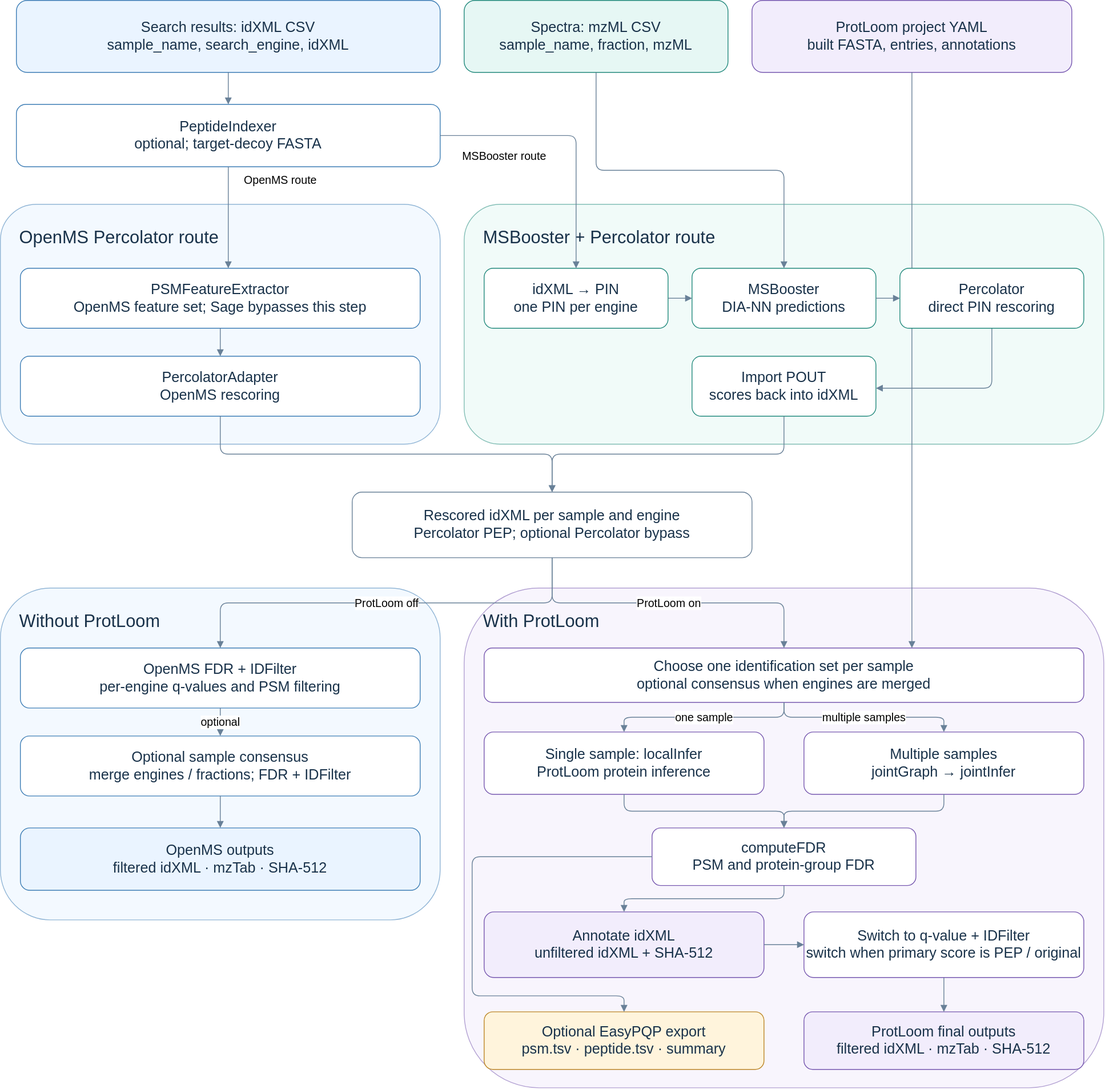
TheBoutrosLab/pipeline-validate-ProteomicPSM keeps this draw.io diagram as img/flow-diagram.drawio.svg. Above is the earlier version. Source tidied: cells renumbered, new cells last; positions are measured from the earlier drawing's top-left corner, leaving out a move shared by most shapes.
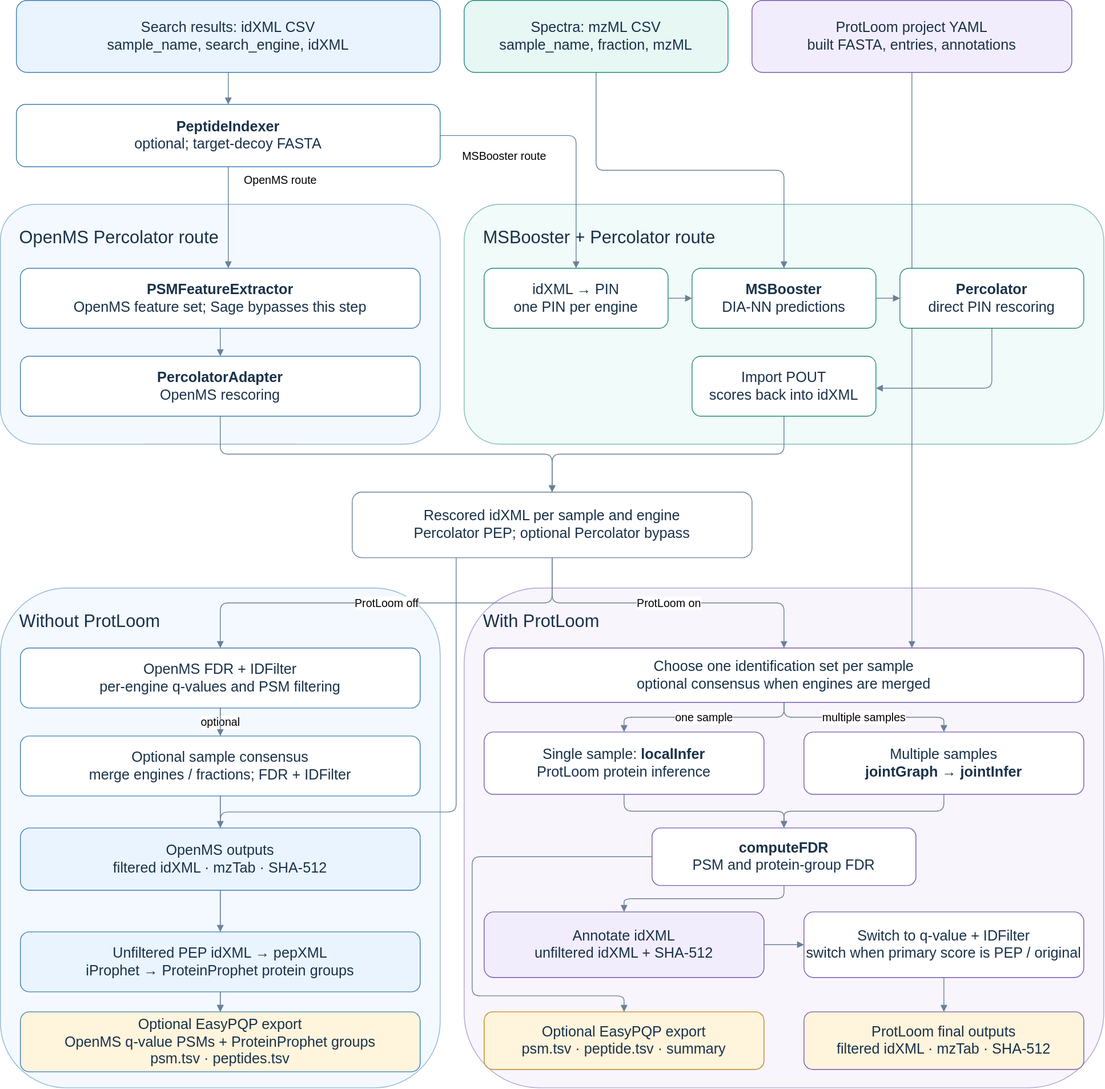
The same file after the commit.

Commit message:
Update validation schematic with ProteinProphet EasyPQP route.

Diff of the diagram source:
```diff
@@ -9,7 +9,7 @@
       <mxGeometry x="580" y="255" width="800" height="300" as="geometry" />
     </mxCell>
     <mxCell id="4" value="Without ProtLoom" style="rounded=1;whiteSpace=wrap;html=1;fillColor=#eaf4ff;strokeColor=#3d7db5;fontColor=#19324a;fontSize=22;verticalAlign=top;align=left;spacing=24;opacity=55;" parent="1" vertex="1">
-      <mxGeometry y="735" width="550" height="415" as="geometry" />
+      <mxGeometry y="735" width="550" height="625" as="geometry" />
     </mxCell>
     <mxCell id="5" value="With ProtLoom" style="rounded=1;whiteSpace=wrap;html=1;fillColor=#f2edfc;strokeColor=#7758b0;fontColor=#19324a;fontSize=22;verticalAlign=top;align=left;spacing=24;opacity=55;" parent="1" vertex="1">
       <mxGeometry x="580" y="735" width="800" height="625" as="geometry" />
@@ -23,19 +23,19 @@
     <mxCell id="8" value="ProtLoom project YAML&lt;br&gt;built FASTA, entries, annotations" style="rounded=1;whiteSpace=wrap;html=1;fillColor=#f2edfc;strokeColor=#7758b0;fontColor=#19324a;fontSize=18;" parent="1" vertex="1">
       <mxGeometry x="940" width="400" height="90" as="geometry" />
     </mxCell>
-    <mxCell id="9" value="PeptideIndexer&lt;br&gt;optional; target-decoy FASTA" style="rounded=1;whiteSpace=wrap;html=1;fillColor=#ffffff;strokeColor=#3d7db5;fontColor=#19324a;fontSize=18;" parent="1" vertex="1">
+    <mxCell id="9" value="&lt;b&gt;PeptideIndexer&lt;/b&gt;&lt;br&gt;optional; target-decoy FASTA" style="rounded=1;whiteSpace=wrap;html=1;fillColor=#ffffff;strokeColor=#3d7db5;fontColor=#19324a;fontSize=18;" parent="1" vertex="1">
       <mxGeometry x="20" y="130" width="530" height="78" as="geometry" />
     </mxCell>
-    <mxCell id="10" value="PSMFeatureExtractor&lt;br&gt;OpenMS feature set; Sage bypasses this step" style="rounded=1;whiteSpace=wrap;html=1;fillColor=#ffffff;strokeColor=#3d7db5;fontColor=#19324a;fontSize=18;" parent="1" vertex="1">
+    <mxCell id="10" value="&lt;b&gt;PSMFeatureExtractor&lt;br&gt;&lt;/b&gt;OpenMS feature set; Sage bypasses this step" style="rounded=1;whiteSpace=wrap;html=1;fillColor=#ffffff;strokeColor=#3d7db5;fontColor=#19324a;fontSize=18;" parent="1" vertex="1">
       <mxGeometry x="25" y="335" width="500" height="75" as="geometry" />
     </mxCell>
-    <mxCell id="11" value="PercolatorAdapter&lt;br&gt;OpenMS rescoring" style="rounded=1;whiteSpace=wrap;html=1;fillColor=#ffffff;strokeColor=#3d7db5;fontColor=#19324a;fontSize=18;" parent="1" vertex="1">
+    <mxCell id="11" value="&lt;b&gt;PercolatorAdapter&lt;br&gt;&lt;/b&gt;OpenMS rescoring" style="rounded=1;whiteSpace=wrap;html=1;fillColor=#ffffff;strokeColor=#3d7db5;fontColor=#19324a;fontSize=18;" parent="1" vertex="1">
       <mxGeometry x="25" y="445" width="500" height="75" as="geometry" />
     </mxCell>
     <mxCell id="12" value="idXML → PIN&lt;br&gt;one PIN per engine" style="rounded=1;whiteSpace=wrap;html=1;fillColor=#ffffff;strokeColor=#238a7d;fontColor=#19324a;fontSize=18;" parent="1" vertex="1">
       <mxGeometry x="605" y="335" width="230" height="75" as="geometry" />
     </mxCell>
-    <mxCell id="13" value="MSBooster&lt;br&gt;DIA-NN predictions" style="rounded=1;whiteSpace=wrap;html=1;fillColor=#ffffff;strokeColor=#238a7d;fontColor=#19324a;fontSize=18;" parent="1" vertex="1">
+    <mxCell id="13" value="&lt;b&gt;MSBooster&lt;/b&gt;&lt;br&gt;DIA-NN predictions" style="rounded=1;whiteSpace=wrap;html=1;fillColor=#ffffff;strokeColor=#238a7d;fontColor=#19324a;fontSize=18;" parent="1" vertex="1">
       <mxGeometry x="865" y="335" width="230" height="75" as="geometry" />
     </mxCell>
     <mxCell id="14" value="Import POUT&lt;br&gt;scores back into idXML" style="rounded=1;whiteSpace=wrap;html=1;fillColor=#ffffff;strokeColor=#238a7d;fontColor=#19324a;fontSize=18;" parent="1" vertex="1">
@@ -47,22 +47,10 @@
     <mxCell id="16" value="OpenMS FDR + IDFilter&lt;br&gt;per-engine q-values and PSM filtering" style="rounded=1;whiteSpace=wrap;html=1;fillColor=#ffffff;strokeColor=#3d7db5;fontColor=#19324a;fontSize=18;" parent="1" vertex="1">
       <mxGeometry x="25" y="810" width="500" height="75" as="geometry" />
     </mxCell>
-    <mxCell id="17" value="Optional sample consensus&lt;br&gt;merge engines / fractions; FDR + IDFilter" style="rounded=1;whiteSpace=wrap;html=1;fillColor=#ffffff;strokeColor=#3d7db5;fontColor=#19324a;fontSize=18;" parent="1" vertex="1">
-      <mxGeometry x="25" y="920" width="500" height="75" as="geometry" />
-    </mxCell>
-    <mxCell id="18" value="OpenMS outputs&lt;br&gt;filtered idXML · mzTab · SHA-512" style="rounded=1;whiteSpace=wrap;html=1;fillColor=#eaf4ff;strokeColor=#3d7db5;fontColor=#19324a;fontSize=18;" parent="1" vertex="1">
-      <mxGeometry x="25" y="1035" width="500" height="78" as="geometry" />
-    </mxCell>
-    <mxCell id="19" value="Choose one identification set per sample&lt;br&gt;optional consensus when engines are merged" style="rounded=1;whiteSpace=wrap;html=1;fillColor=#ffffff;strokeColor=#7758b0;fontColor=#19324a;fontSize=18;" parent="1" vertex="1">
-      <mxGeometry x="605" y="810" width="750" height="68" as="geometry" />
-    </mxCell>
-    <mxCell id="20" value="Single sample: localInfer&lt;br&gt;ProtLoom protein inference" style="rounded=1;whiteSpace=wrap;html=1;fillColor=#ffffff;strokeColor=#7758b0;fontColor=#19324a;fontSize=18;" parent="1" vertex="1">
-      <mxGeometry x="605" y="915" width="350" height="78" as="geometry" />
-    </mxCell>
-    <mxCell id="21" value="Multiple samples&lt;br&gt;jointGraph → jointInfer" style="rounded=1;whiteSpace=wrap;html=1;fillColor=#ffffff;strokeColor=#7758b0;fontColor=#19324a;fontSize=18;" parent="1" vertex="1">
+    <mxCell id="21" value="Multiple samples&lt;br&gt;&lt;b&gt;jointGraph&lt;/b&gt; → &lt;b&gt;jointInfer&lt;/b&gt;" style="rounded=1;whiteSpace=wrap;html=1;fillColor=#ffffff;strokeColor=#7758b0;fontColor=#19324a;fontSize=18;" parent="1" vertex="1">
       <mxGeometry x="1005" y="915" width="350" height="78" as="geometry" />
     </mxCell>
-    <mxCell id="22" value="computeFDR&lt;br&gt;PSM and protein-group FDR" style="rounded=1;whiteSpace=wrap;html=1;fillColor=#ffffff;strokeColor=#7758b0;fontColor=#19324a;fontSize=18;" parent="1" vertex="1">
+    <mxCell id="22" value="&lt;b&gt;computeFDR&lt;/b&gt;&lt;br&gt;PSM and protein-group FDR" style="rounded=1;whiteSpace=wrap;html=1;fillColor=#ffffff;strokeColor=#7758b0;fontColor=#19324a;fontSize=18;" parent="1" vertex="1">
       <mxGeometry x="815" y="1035" width="330" height="72" as="geometry" />
     </mxCell>
     <mxCell id="23" value="Annotate idXML&lt;br&gt;unfiltered idXML + SHA-512" style="rounded=1;whiteSpace=wrap;html=1;fillColor=#f2edfc;strokeColor=#7758b0;fontColor=#19324a;fontSize=18;" parent="1" vertex="1">
@@ -74,7 +62,7 @@
     <mxCell id="25" value="Optional EasyPQP export&lt;br&gt;psm.tsv · peptide.tsv · summary" style="rounded=1;whiteSpace=wrap;html=1;fillColor=#fff4dc;strokeColor=#bd8626;fontColor=#19324a;fontSize=18;" parent="1" vertex="1">
       <mxGeometry x="605" y="1265" width="350" height="72" as="geometry" />
     </mxCell>
-    <mxCell id="26" value="ProtLoom final outputs&lt;br&gt;filtered idXML · mzTab · SHA-512" style="rounded=1;whiteSpace=wrap;html=1;fillColor=#f2edfc;strokeColor=#7758b0;fontColor=#19324a;fontSize=18;" parent="1" vertex="1">
+    <mxCell id="26" value="ProtLoom final outputs&lt;br&gt;filtered idXML · mzTab · SHA-512" style="rounded=1;whiteSpace=wrap;html=1;fillColor=light-dark(#fff4dc, #211d2a);strokeColor=#7758b0;fontColor=#19324a;fontSize=18;" parent="1" vertex="1">
       <mxGeometry x="1005" y="1265" width="350" height="72" as="geometry" />
     </mxCell>
     <mxCell id="27" style="edgeStyle=orthogonalEdgeStyle;rounded=1;html=1;endArrow=block;strokeColor=#698198;fontSize=14;" parent="1" edge="1" source="6" target="9">
@@ -166,8 +154,40 @@
         </Array>
       </mxGeometry>
     </mxCell>
-    <mxCell id="50" value="Percolator&lt;br&gt;direct PIN rescoring" style="rounded=1;whiteSpace=wrap;html=1;fillColor=#ffffff;strokeColor=#238a7d;fontColor=#19324a;fontSize=18;" parent="1" vertex="1">
+    <mxCell id="50" value="&lt;b&gt;Percolator&lt;/b&gt;&lt;br&gt;direct PIN rescoring" style="rounded=1;whiteSpace=wrap;html=1;fillColor=#ffffff;strokeColor=#238a7d;fontColor=#19324a;fontSize=18;" parent="1" vertex="1">
       <mxGeometry x="1125" y="335" width="230" height="75" as="geometry" />
     </mxCell>
+    <mxCell id="51" value="Optional EasyPQP export&lt;br&gt;OpenMS q-value PSMs + ProteinProphet groups&lt;br&gt;psm.tsv · peptides.tsv" style="rounded=1;whiteSpace=wrap;html=1;fillColor=#FFF4DC;strokeColor=#3d7db5;fontColor=#19324a;fontSize=18;" parent="1" vertex="1">
+      <mxGeometry x="25" y="1265" width="500" height="75" as="geometry" />
+    </mxCell>
+    <mxCell id="52" style="edgeStyle=orthogonalEdgeStyle;rounded=1;html=1;endArrow=block;strokeColor=#698198;fontSize=14;" parent="1" edge="1" source="15" target="55">
+      <mxGeometry x="-0.16" relative="1" as="geometry">
+        <Array as="points">
+          <mxPoint x="570" y="1015" />
+          <mxPoint x="275" y="1015" />
+        </Array>
+      </mxGeometry>
+    </mxCell>
+    <mxCell id="53" style="edgeStyle=orthogonalEdgeStyle;rounded=1;html=1;endArrow=block;strokeColor=#698198;fontSize=14;" parent="1" edge="1" source="55" target="51">
+      <mxGeometry relative="1" as="geometry" />
+    </mxCell>
+    <mxCell id="54" style="edgeStyle=orthogonalEdgeStyle;rounded=1;html=1;endArrow=block;strokeColor=#698198;fontSize=14;" parent="1" edge="1" source="16" target="51">
+      <mxGeometry relative="1" as="geometry" />
+    </mxCell>
+    <mxCell id="17" value="Optional sample consensus&lt;br&gt;merge engines / fractions; FDR + IDFilter" style="rounded=1;whiteSpace=wrap;html=1;fillColor=#ffffff;strokeColor=#3d7db5;fontColor=#19324a;fontSize=18;" parent="1" vertex="1">
+      <mxGeometry x="25" y="920" width="500" height="75" as="geometry" />
+    </mxCell>
+    <mxCell id="18" value="OpenMS outputs&lt;br&gt;filtered idXML · mzTab · SHA-512" style="rounded=1;whiteSpace=wrap;html=1;fillColor=#eaf4ff;strokeColor=#3d7db5;fontColor=#19324a;fontSize=18;" parent="1" vertex="1">
+      <mxGeometry x="25" y="1035" width="500" height="78" as="geometry" />
+    </mxCell>
+    <mxCell id="55" value="Unfiltered PEP idXML → pepXML&lt;br&gt;iProphet → ProteinProphet protein groups" style="rounded=1;whiteSpace=wrap;html=1;fillColor=#eaf4ff;strokeColor=#3d7db5;fontColor=#19324a;fontSize=18;" parent="1" vertex="1">
+      <mxGeometry x="25" y="1165" width="500" height="75" as="geometry" />
+    </mxCell>
+    <mxCell id="19" value="Choose one identification set per sample&lt;br&gt;optional consensus when engines are merged" style="rounded=1;whiteSpace=wrap;html=1;fillColor=#ffffff;strokeColor=#7758b0;fontColor=#19324a;fontSize=18;" parent="1" vertex="1">
+      <mxGeometry x="605" y="810" width="750" height="68" as="geometry" />
+    </mxCell>
+    <mxCell id="20" value="Single sample: &lt;b&gt;localInfer&lt;/b&gt;&lt;br&gt;ProtLoom protein inference" style="rounded=1;whiteSpace=wrap;html=1;fillColor=#ffffff;strokeColor=#7758b0;fontColor=#19324a;fontSize=18;" parent="1" vertex="1">
+      <mxGeometry x="605" y="915" width="350" height="78" as="geometry" />
+    </mxCell>
   </root>
 </mxGraphModel>
```
